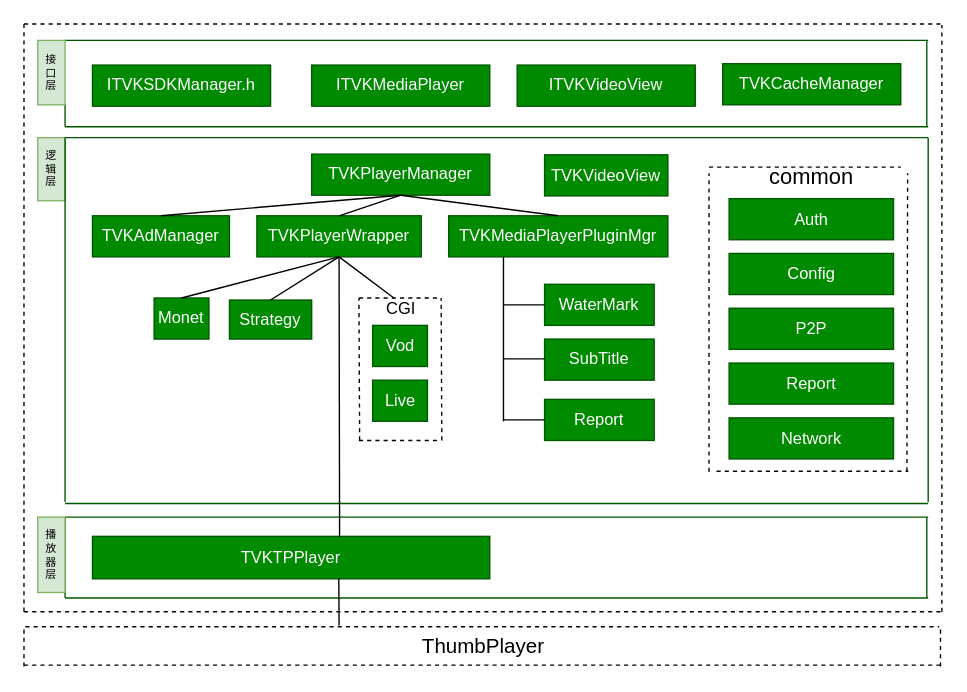
The draw.io diagram TVKPlayer_iOS.drawio in xmgtih/drawio, before the edit. Source tidied: cells renumbered, new cells numbered last; positions are measured from the earlier drawing's top-left corner, leaving out a move shared by most shapes. Both pictures are drawn from the tidied source at 137%, with x=0, y=0 at pixel (23, 23).
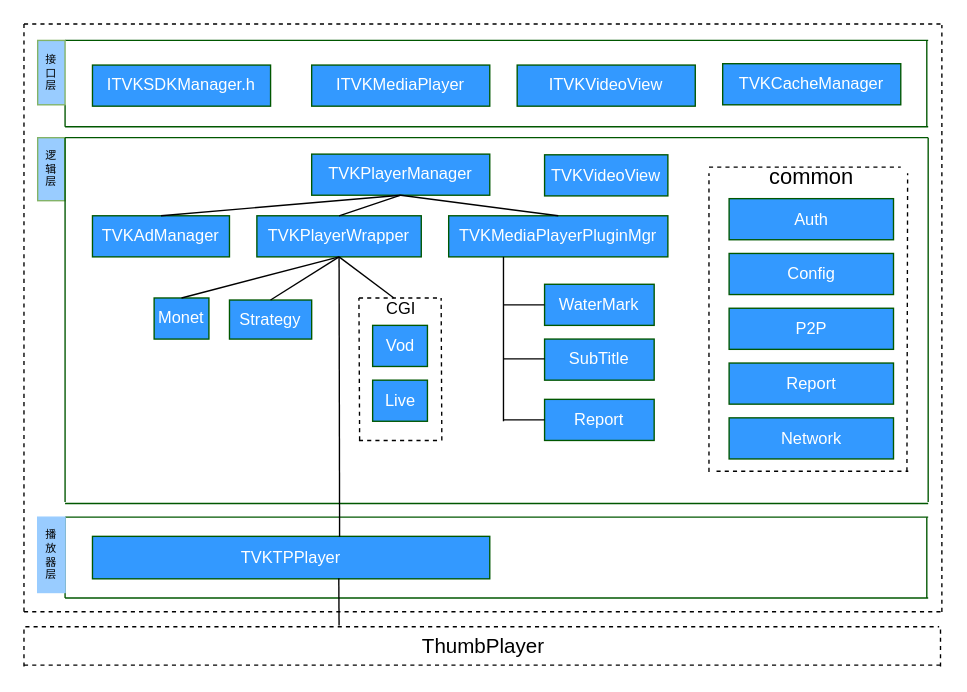
The same page after the edit.

Commit message:
change fill color to blue

What changed in the source:
```diff
@@
-    <mxCell id="2" value="ITVKSDKManager.h" style="rounded=0;whiteSpace=wrap;html=1;fillColor=#008a00;strokeColor=#005700;fontColor=#ffffff;" parent="1" vertex="1">
+    <mxCell id="2" value="ITVKSDKManager.h" style="rounded=0;whiteSpace=wrap;html=1;fillColor=#3399FF;strokeColor=#005700;fontColor=#ffffff;" parent="1" vertex="1">
       <mxGeometry x="50" y="30" width="130" height="30" as="geometry" />
     </mxCell>
-    <mxCell id="3" value="ITVKMediaPlayer" style="rounded=0;whiteSpace=wrap;html=1;fillColor=#008a00;strokeColor=#005700;fontColor=#ffffff;" parent="1" vertex="1">
+    <mxCell id="3" value="ITVKMediaPlayer" style="rounded=0;whiteSpace=wrap;html=1;fillColor=#3399FF;strokeColor=#005700;fontColor=#ffffff;" parent="1" vertex="1">
       <mxGeometry x="210" y="30" width="130" height="30" as="geometry" />
     </mxCell>
-    <mxCell id="4" value="ITVKVideoView" style="rounded=0;whiteSpace=wrap;html=1;fillColor=#008a00;strokeColor=#005700;fontColor=#ffffff;" parent="1" vertex="1">
+    <mxCell id="4" value="ITVKVideoView" style="rounded=0;whiteSpace=wrap;html=1;fillColor=#3399FF;strokeColor=#005700;fontColor=#ffffff;" parent="1" vertex="1">
       <mxGeometry x="360" y="30" width="130" height="30" as="geometry" />
     </mxCell>
@@
-    <mxCell id="9" value="TVKPlayerManager" style="rounded=0;whiteSpace=wrap;html=1;fillColor=#008a00;strokeColor=#005700;fontColor=#ffffff;" parent="1" vertex="1">
+    <mxCell id="9" value="TVKPlayerManager" style="rounded=0;whiteSpace=wrap;html=1;fillColor=#3399FF;strokeColor=#005700;fontColor=#ffffff;" parent="1" vertex="1">
       <mxGeometry x="210" y="95" width="130" height="30" as="geometry" />
     </mxCell>
-    <mxCell id="10" value="TVKVideoView" style="rounded=0;whiteSpace=wrap;html=1;fillColor=#008a00;strokeColor=#005700;fontColor=#ffffff;" parent="1" vertex="1">
+    <mxCell id="10" value="TVKVideoView" style="rounded=0;whiteSpace=wrap;html=1;fillColor=#3399FF;strokeColor=#005700;fontColor=#ffffff;" parent="1" vertex="1">
       <mxGeometry x="380" y="95.5" width="90" height="30" as="geometry" />
     </mxCell>
-    <mxCell id="11" value="逻&lt;br style=&quot;font-size: 8px;&quot;&gt;辑&lt;br style=&quot;font-size: 8px;&quot;&gt;层" style="text;html=1;strokeColor=#82b366;fillColor=#d5e8d4;align=center;verticalAlign=middle;whiteSpace=wrap;rounded=0;fontSize=8;" parent="1" vertex="1">
+    <mxCell id="11" value="逻&lt;br style=&quot;font-size: 8px;&quot;&gt;辑&lt;br style=&quot;font-size: 8px;&quot;&gt;层" style="text;html=1;strokeColor=#82b366;fillColor=#99CCFF;align=center;verticalAlign=middle;whiteSpace=wrap;rounded=0;fontSize=8;" parent="1" vertex="1">
       <mxGeometry x="10" y="83" width="20" height="46" as="geometry" />
     </mxCell>
@@
-    <mxCell id="21" value="播&lt;br style=&quot;font-size: 8px;&quot;&gt;放&lt;br style=&quot;font-size: 8px;&quot;&gt;器&lt;br style=&quot;font-size: 8px;&quot;&gt;层" style="text;html=1;strokeColor=#82b366;fillColor=#d5e8d4;align=center;verticalAlign=middle;whiteSpace=wrap;rounded=0;fontSize=8;" parent="1" vertex="1">
+    <mxCell id="21" value="播&lt;br style=&quot;font-size: 8px;&quot;&gt;放&lt;br style=&quot;font-size: 8px;&quot;&gt;器&lt;br style=&quot;font-size: 8px;&quot;&gt;层" style="text;html=1;strokeColor=#99CCFF;fillColor=#99CCFF;align=center;verticalAlign=middle;whiteSpace=wrap;rounded=0;fontSize=8;" parent="1" vertex="1">
       <mxGeometry x="10" y="360" width="20" height="55" as="geometry" />
     </mxCell>
-    <mxCell id="22" value="TVKTPPlayer" style="rounded=0;whiteSpace=wrap;html=1;fillColor=#008a00;strokeColor=#005700;fontColor=#ffffff;" parent="1" vertex="1">
+    <mxCell id="22" value="TVKTPPlayer" style="rounded=0;whiteSpace=wrap;html=1;fillColor=#3399FF;strokeColor=#005700;fontColor=#ffffff;" parent="1" vertex="1">
       <mxGeometry x="50" y="374" width="290" height="31" as="geometry" />
     </mxCell>
@@
-    <mxCell id="27" value="Auth" style="rounded=0;whiteSpace=wrap;html=1;fillColor=#008a00;strokeColor=#005700;fontColor=#ffffff;" parent="1" vertex="1">
+    <mxCell id="27" value="Auth" style="rounded=0;whiteSpace=wrap;html=1;fillColor=#3399FF;strokeColor=#005700;fontColor=#ffffff;" parent="1" vertex="1">
       <mxGeometry x="514.7" y="127.5" width="120" height="30" as="geometry" />
     </mxCell>
-    <mxCell id="28" value="Config" style="rounded=0;whiteSpace=wrap;html=1;fillColor=#008a00;strokeColor=#005700;fontColor=#ffffff;" parent="1" vertex="1">
+    <mxCell id="28" value="Config" style="rounded=0;whiteSpace=wrap;html=1;fillColor=#3399FF;strokeColor=#005700;fontColor=#ffffff;" parent="1" vertex="1">
       <mxGeometry x="514.7" y="167.5" width="120" height="30" as="geometry" />
     </mxCell>
-    <mxCell id="29" value="P2P" style="rounded=0;whiteSpace=wrap;html=1;fillColor=#008a00;strokeColor=#005700;fontColor=#ffffff;" parent="1" vertex="1">
+    <mxCell id="29" value="P2P" style="rounded=0;whiteSpace=wrap;html=1;fillColor=#3399FF;strokeColor=#005700;fontColor=#ffffff;" parent="1" vertex="1">
       <mxGeometry x="514.7" y="207.5" width="120" height="30" as="geometry" />
     </mxCell>
-    <mxCell id="30" value="Report" style="rounded=0;whiteSpace=wrap;html=1;fillColor=#008a00;strokeColor=#005700;fontColor=#ffffff;" parent="1" vertex="1">
+    <mxCell id="30" value="Report" style="rounded=0;whiteSpace=wrap;html=1;fillColor=#3399FF;strokeColor=#005700;fontColor=#ffffff;" parent="1" vertex="1">
       <mxGeometry x="514.7" y="247.5" width="120" height="30" as="geometry" />
     </mxCell>
-    <mxCell id="31" value="Network" style="rounded=0;whiteSpace=wrap;html=1;fillColor=#008a00;strokeColor=#005700;fontColor=#ffffff;" parent="1" vertex="1">
+    <mxCell id="31" value="Network" style="rounded=0;whiteSpace=wrap;html=1;fillColor=#3399FF;strokeColor=#005700;fontColor=#ffffff;" parent="1" vertex="1">
       <mxGeometry x="514.7" y="287.5" width="120" height="30" as="geometry" />
     </mxCell>
@@
-    <mxCell id="37" value="接&lt;br style=&quot;font-size: 8px;&quot;&gt;口&lt;br style=&quot;font-size: 8px;&quot;&gt;层" style="text;html=1;strokeColor=#82b366;fillColor=#d5e8d4;align=center;verticalAlign=middle;whiteSpace=wrap;rounded=0;fontSize=8;" parent="1" vertex="1">
+    <mxCell id="37" value="接&lt;br style=&quot;font-size: 8px;&quot;&gt;口&lt;br style=&quot;font-size: 8px;&quot;&gt;层" style="text;html=1;strokeColor=#82b366;fillColor=#99CCFF;align=center;verticalAlign=middle;whiteSpace=wrap;rounded=0;fontSize=8;" parent="1" vertex="1">
       <mxGeometry x="10" y="12" width="20" height="47" as="geometry" />
     </mxCell>
@@
-    <mxCell id="39" value="TVKAdManager" style="rounded=0;whiteSpace=wrap;html=1;fillColor=#008a00;strokeColor=#005700;fontColor=#ffffff;" parent="1" vertex="1">
+    <mxCell id="39" value="TVKAdManager" style="rounded=0;whiteSpace=wrap;html=1;fillColor=#3399FF;strokeColor=#005700;fontColor=#ffffff;" parent="1" vertex="1">
       <mxGeometry x="50" y="140" width="100" height="30" as="geometry" />
     </mxCell>
-    <mxCell id="40" value="TVKPlayerWrapper" style="rounded=0;whiteSpace=wrap;html=1;fillColor=#008a00;strokeColor=#005700;fontColor=#ffffff;" parent="1" vertex="1">
+    <mxCell id="40" value="TVKPlayerWrapper" style="rounded=0;whiteSpace=wrap;html=1;fillColor=#3399FF;strokeColor=#005700;fontColor=#ffffff;" parent="1" vertex="1">
       <mxGeometry x="170" y="140" width="120" height="30" as="geometry" />
     </mxCell>
-    <mxCell id="41" value="TVKMediaPlayerPluginMgr" style="rounded=0;whiteSpace=wrap;html=1;fillColor=#008a00;strokeColor=#005700;fontColor=#ffffff;" parent="1" vertex="1">
+    <mxCell id="41" value="TVKMediaPlayerPluginMgr" style="rounded=0;whiteSpace=wrap;html=1;fillColor=#3399FF;strokeColor=#005700;fontColor=#ffffff;" parent="1" vertex="1">
       <mxGeometry x="310" y="140" width="160" height="30" as="geometry" />
     </mxCell>
@@
-    <mxCell id="46" value="Strategy" style="rounded=0;whiteSpace=wrap;html=1;fillColor=#008a00;strokeColor=#005700;fontColor=#ffffff;" parent="1" vertex="1">
+    <mxCell id="46" value="Strategy" style="rounded=0;whiteSpace=wrap;html=1;fillColor=#3399FF;strokeColor=#005700;fontColor=#ffffff;gradientColor=none;" parent="1" vertex="1">
       <mxGeometry x="150" y="201.5" width="60" height="28.5" as="geometry" />
     </mxCell>
@@
-    <mxCell id="50" value="Vod" style="rounded=0;whiteSpace=wrap;html=1;fillColor=#008a00;strokeColor=#005700;fontColor=#ffffff;" parent="1" vertex="1">
+    <mxCell id="50" value="Vod" style="rounded=0;whiteSpace=wrap;html=1;fillColor=#3399FF;strokeColor=#005700;fontColor=#ffffff;" parent="1" vertex="1">
       <mxGeometry x="254.5" y="220" width="40" height="30" as="geometry" />
     </mxCell>
-    <mxCell id="51" value="Live" style="rounded=0;whiteSpace=wrap;html=1;fillColor=#008a00;strokeColor=#005700;fontColor=#ffffff;" parent="1" vertex="1">
+    <mxCell id="51" value="Live" style="rounded=0;whiteSpace=wrap;html=1;fillColor=#3399FF;strokeColor=#005700;fontColor=#ffffff;" parent="1" vertex="1">
       <mxGeometry x="254.5" y="260" width="40" height="30" as="geometry" />
     </mxCell>
@@
-    <mxCell id="56" value="WaterMark" style="rounded=0;whiteSpace=wrap;html=1;fillColor=#008a00;strokeColor=#005700;fontColor=#ffffff;" parent="1" vertex="1">
+    <mxCell id="56" value="WaterMark" style="rounded=0;whiteSpace=wrap;html=1;fillColor=#3399FF;strokeColor=#005700;fontColor=#ffffff;" parent="1" vertex="1">
       <mxGeometry x="380" y="190" width="80" height="30" as="geometry" />
     </mxCell>
-    <mxCell id="57" value="SubTitle" style="rounded=0;whiteSpace=wrap;html=1;fillColor=#008a00;strokeColor=#005700;fontColor=#ffffff;" parent="1" vertex="1">
+    <mxCell id="57" value="SubTitle" style="rounded=0;whiteSpace=wrap;html=1;fillColor=#3399FF;strokeColor=#005700;fontColor=#ffffff;" parent="1" vertex="1">
       <mxGeometry x="380" y="230" width="80" height="30" as="geometry" />
     </mxCell>
-    <mxCell id="58" value="Report" style="rounded=0;whiteSpace=wrap;html=1;fillColor=#008a00;strokeColor=#005700;fontColor=#ffffff;" parent="1" vertex="1">
+    <mxCell id="58" value="Report" style="rounded=0;whiteSpace=wrap;html=1;fillColor=#3399FF;strokeColor=#005700;fontColor=#ffffff;" parent="1" vertex="1">
       <mxGeometry x="380" y="274" width="80" height="30" as="geometry" />
     </mxCell>
@@
-    <mxCell id="69" value="Monet" style="rounded=0;whiteSpace=wrap;html=1;fillColor=#008a00;strokeColor=#005700;fontColor=#ffffff;" parent="1" vertex="1">
+    <mxCell id="69" value="Monet" style="rounded=0;whiteSpace=wrap;html=1;fillColor=#3399FF;strokeColor=#005700;fontColor=#ffffff;" parent="1" vertex="1">
       <mxGeometry x="95" y="200" width="40" height="30" as="geometry" />
     </mxCell>
@@
-    <mxCell id="71" value="&lt;span&gt;TVKCacheManager&lt;/span&gt;" style="rounded=0;whiteSpace=wrap;html=1;fillColor=#008a00;strokeColor=#005700;fontColor=#ffffff;" parent="1" vertex="1">
+    <mxCell id="71" value="&lt;span&gt;TVKCacheManager&lt;/span&gt;" style="rounded=0;whiteSpace=wrap;html=1;fillColor=#3399FF;strokeColor=#005700;fontColor=#ffffff;" parent="1" vertex="1">
       <mxGeometry x="510" y="29" width="130" height="30" as="geometry" />
     </mxCell>
```
